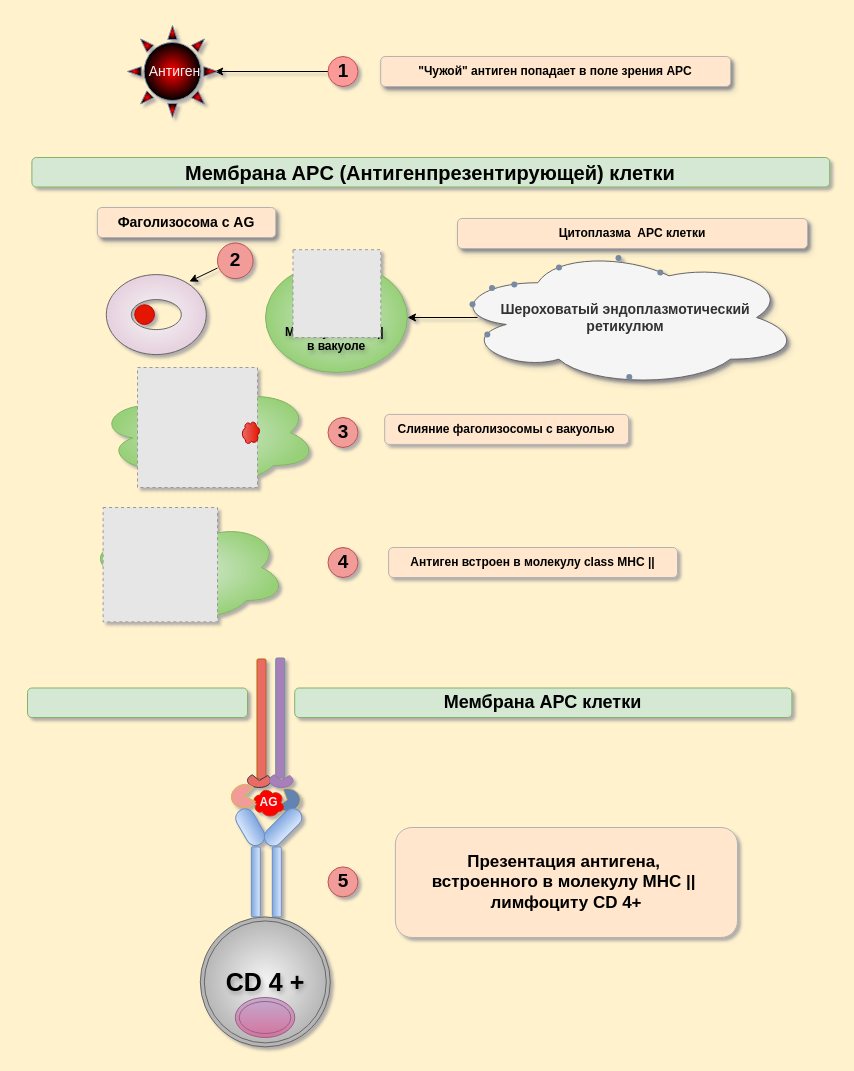
Earlier version of the draw.io diagram membraine.drawio (lissa3/menubar). Source tidied: cells renumbered, new cells numbered last; positions are measured from the earlier drawing's top-left corner, leaving out a move shared by most shapes. Both pictures are drawn from the tidied source at 100%, with x=0, y=0 at pixel (17, 17). Pictures stored in the file or linked from it are replaced by grey dashed boxes.
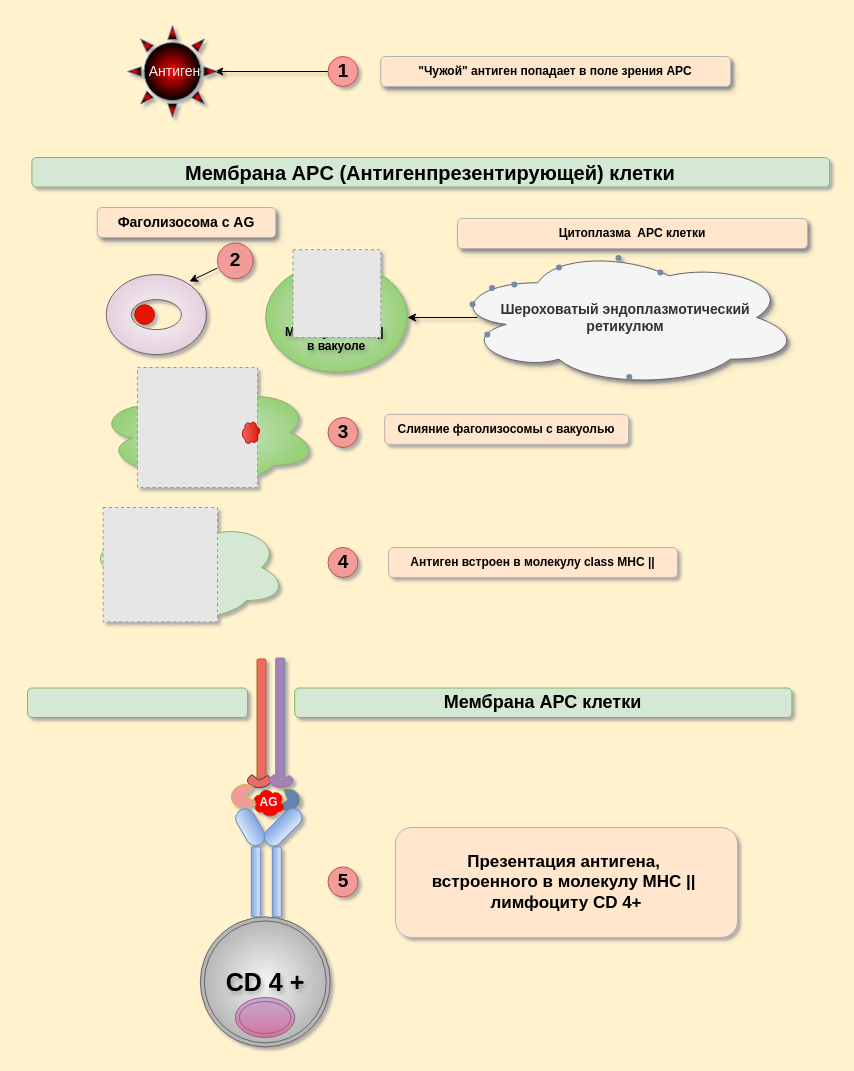
The same diagram, later.

Commit message:
without gradient

What changed in the source:
```diff
@@
-    <mxCell id="27" style="ellipse;shape=cloud;whiteSpace=wrap;html=1;fillColor=#d5e8d4;strokeColor=#82b366;labelBackgroundColor=none;gradientColor=#97d077;gradientDirection=radial;" parent="1" vertex="1">
+    <mxCell id="27" style="ellipse;shape=cloud;whiteSpace=wrap;html=1;fillColor=#d5e8d4;strokeColor=#82b366;labelBackgroundColor=none;gradientColor=none;gradientDirection=radial;" parent="1" vertex="1">
       <mxGeometry x="70" y="495" width="198.8" height="110" as="geometry" />
     </mxCell>
```
